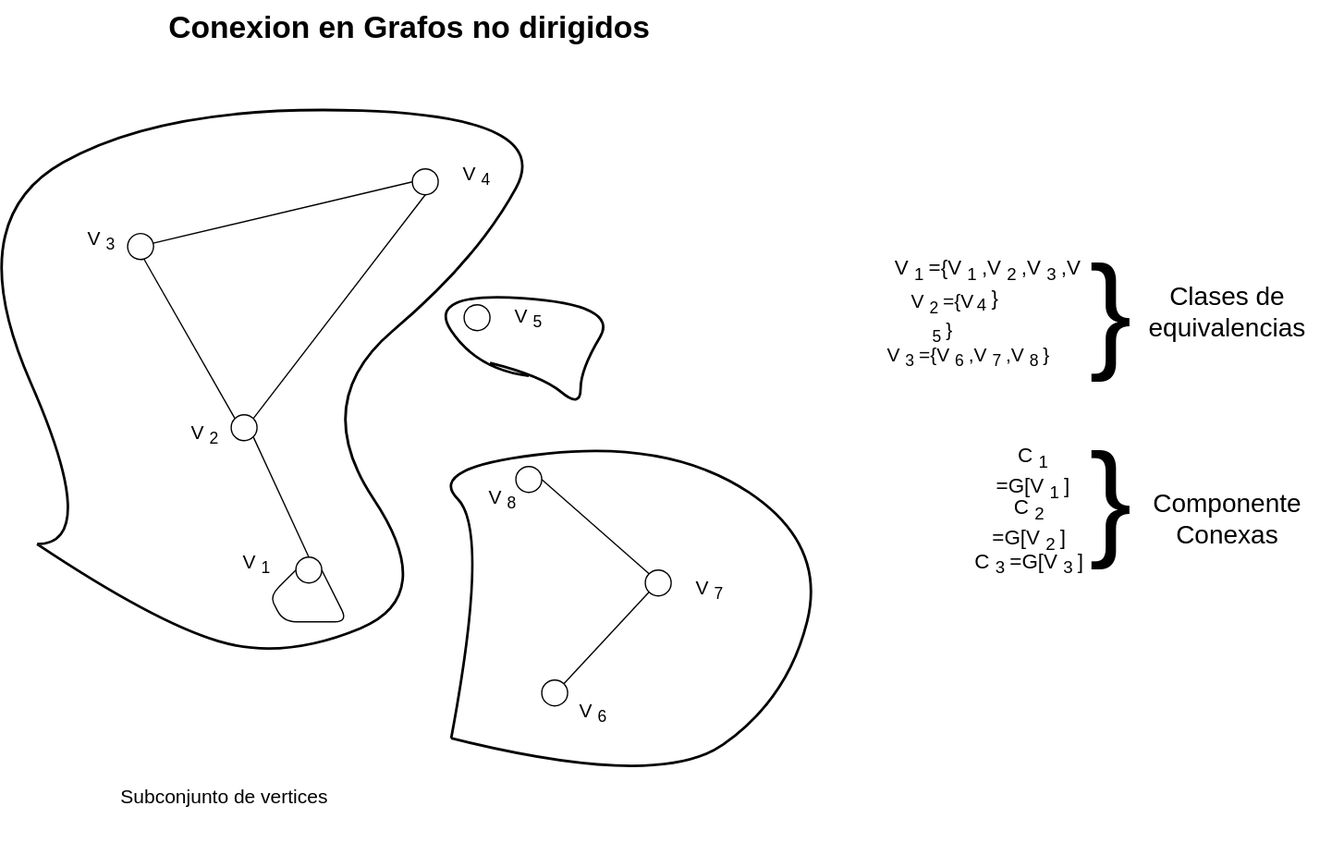
Earlier version of the draw.io export Estructura-de-datos/Grafos/Conexion-grafo-nodir.drawio.svg (Nordcode-cyber/Algoritmos-Estructdatos). Source tidied: cells renumbered, new cells last; positions are measured from the earlier drawing's top-left corner, leaving out a move shared by most shapes.
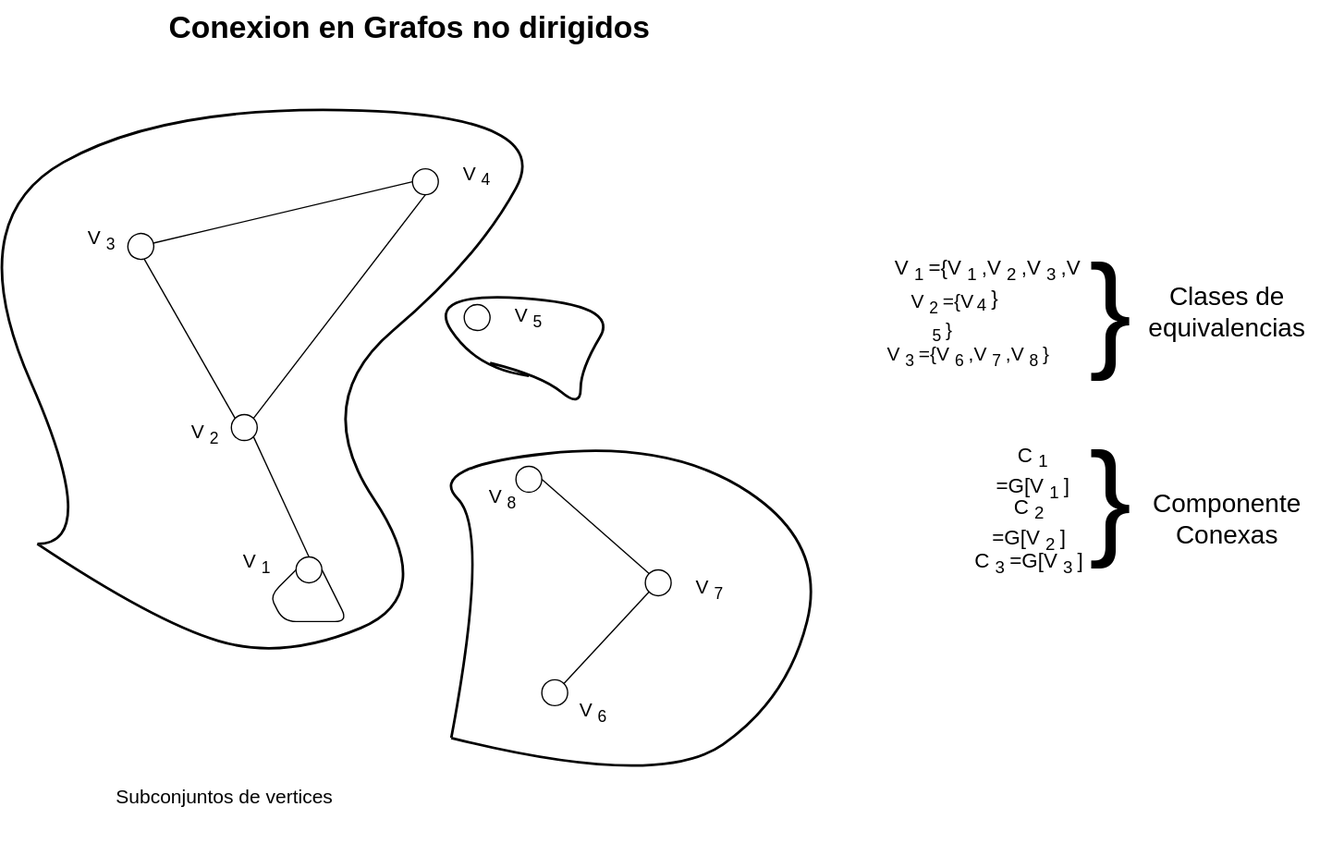
After the change.

What changed in the source:
```diff
@@ -89,7 +89,7 @@
     <mxCell id="28" value="&lt;font style=&quot;font-size: 15px; color: light-dark(rgb(0, 0, 0), rgb(66, 255, 46));&quot;&gt;V&lt;sub&gt;3&lt;/sub&gt;={V&lt;sub&gt;6&lt;/sub&gt;,V&lt;sub&gt;7&lt;/sub&gt;,V&lt;sub&gt;8&lt;/sub&gt;}&lt;/font&gt;" style="text;html=1;align=center;verticalAlign=middle;whiteSpace=wrap;rounded=0;" parent="1" vertex="1">
       <mxGeometry x="710" y="260" width="140" height="30" as="geometry" />
     </mxCell>
-    <mxCell id="29" value="&lt;font style=&quot;color: light-dark(rgb(0, 0, 0), rgb(66, 255, 46)); font-size: 15px;&quot;&gt;Subconjunto de vertices&lt;/font&gt;" style="text;html=1;align=center;verticalAlign=middle;whiteSpace=wrap;rounded=0;" parent="1" vertex="1">
+    <mxCell id="29" value="&lt;font style=&quot;color: light-dark(rgb(0, 0, 0), rgb(66, 255, 46)); font-size: 15px;&quot;&gt;Subconjuntos de vertices&lt;/font&gt;" style="text;html=1;align=center;verticalAlign=middle;whiteSpace=wrap;rounded=0;" parent="1" vertex="1">
       <mxGeometry x="110" y="600" width="190" height="30" as="geometry" />
     </mxCell>
     <mxCell id="30" value="&lt;font style=&quot;font-size: 98px; color: light-dark(rgb(0, 0, 0), rgb(255, 255, 255));&quot;&gt;}&lt;/font&gt;" style="text;html=1;align=center;verticalAlign=middle;whiteSpace=wrap;rounded=0;" parent="1" vertex="1">
```
